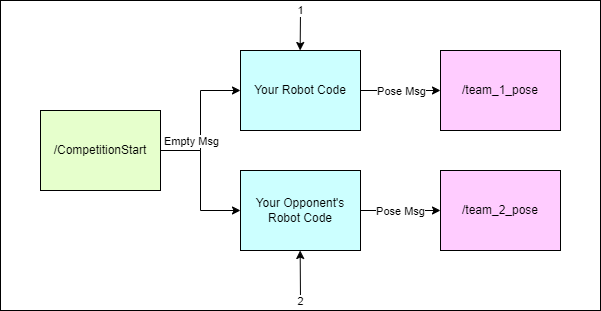
Above: img/competition_diagram.png in JasperGrant/ECED3901-Competition-2024 (draw.io), before the change. Source tidied: cells renumbered, new cells last; positions are measured from the earlier drawing's top-left corner, leaving out a move shared by most shapes. Its diagram source:
```xml
<mxGraphModel>
  <root>
    <mxCell id="0" />
    <mxCell id="1" parent="0" />
    <mxCell id="2" style="rounded=0;whiteSpace=wrap;html=1;" parent="1" vertex="1">
      <mxGeometry width="600" height="310" as="geometry" />
    </mxCell>
    <mxCell id="3" style="edgeStyle=orthogonalEdgeStyle;rounded=0;jettySize=auto;html=1;entryX=0;entryY=0.5;entryDx=0;entryDy=0;" parent="1" edge="1" source="5" target="10">
      <mxGeometry relative="1" as="geometry" />
    </mxCell>
    <mxCell id="4" value="Pose Msg" style="edgeLabel;html=1;align=center;verticalAlign=middle;" parent="3" vertex="1">
      <mxGeometry x="0.27" y="1" relative="1" as="geometry">
        <mxPoint x="-11" y="1" as="offset" />
      </mxGeometry>
    </mxCell>
    <mxCell id="5" value="Your Robot Code" style="rounded=0;whiteSpace=wrap;html=1;fillColor=#CCFFFF;" parent="1" vertex="1">
      <mxGeometry x="240" y="50" width="120" height="80" as="geometry" />
    </mxCell>
    <mxCell id="6" style="edgeStyle=orthogonalEdgeStyle;rounded=0;jettySize=auto;html=1;" parent="1" edge="1" source="9" target="5">
      <mxGeometry relative="1" as="geometry" />
    </mxCell>
    <mxCell id="7" value="Empty Msg" style="edgeLabel;html=1;align=center;verticalAlign=middle;" parent="6" vertex="1">
      <mxGeometry x="-0.04" y="-1" relative="1" as="geometry">
        <mxPoint x="-11" y="17" as="offset" />
      </mxGeometry>
    </mxCell>
    <mxCell id="8" style="edgeStyle=orthogonalEdgeStyle;rounded=0;jettySize=auto;html=1;" parent="1" edge="1" source="9" target="14">
      <mxGeometry relative="1" as="geometry" />
    </mxCell>
    <mxCell id="9" value="/CompetitionStart" style="rounded=0;whiteSpace=wrap;html=1;fillColor=#E6FFCC;" parent="1" vertex="1">
      <mxGeometry x="40" y="110" width="120" height="80" as="geometry" />
    </mxCell>
    <mxCell id="10" value="/team_1_pose" style="rounded=0;whiteSpace=wrap;html=1;fillColor=#FFCCFF;" parent="1" vertex="1">
      <mxGeometry x="440" y="50" width="120" height="80" as="geometry" />
    </mxCell>
    <mxCell id="11" value="/team_2_pose" style="rounded=0;whiteSpace=wrap;html=1;fillColor=#FFCCFF;" parent="1" vertex="1">
      <mxGeometry x="440" y="170" width="120" height="80" as="geometry" />
    </mxCell>
    <mxCell id="12" style="edgeStyle=orthogonalEdgeStyle;rounded=0;jettySize=auto;html=1;entryX=0;entryY=0.5;entryDx=0;entryDy=0;" parent="1" edge="1" source="14" target="11">
      <mxGeometry relative="1" as="geometry" />
    </mxCell>
    <mxCell id="13" value="Pose Msg" style="edgeLabel;html=1;align=center;verticalAlign=middle;" parent="12" vertex="1">
      <mxGeometry x="0.24" y="-1" relative="1" as="geometry">
        <mxPoint x="-10" y="-1" as="offset" />
      </mxGeometry>
    </mxCell>
    <mxCell id="14" value="Your Opponent's Robot Code" style="rounded=0;whiteSpace=wrap;html=1;fillColor=#CCFFFF;" parent="1" vertex="1">
      <mxGeometry x="240" y="170" width="120" height="80" as="geometry" />
    </mxCell>
    <mxCell id="15" style="endArrow=classic;html=1;rounded=0;" parent="1" edge="1">
      <mxGeometry relative="1" as="geometry">
        <mxPoint x="300" y="10" as="sourcePoint" />
        <mxPoint x="299.7" y="50" as="targetPoint" />
      </mxGeometry>
    </mxCell>
    <mxCell id="16" value="1" style="edgeLabel;html=1;align=center;verticalAlign=middle;" parent="15" vertex="1">
      <mxGeometry x="0.31" y="-2" relative="1" as="geometry">
        <mxPoint x="2" y="-26" as="offset" />
      </mxGeometry>
    </mxCell>
    <mxCell id="17" style="endArrow=classic;html=1;rounded=0;" parent="1" edge="1">
      <mxGeometry relative="1" as="geometry">
        <mxPoint x="300" y="300" as="sourcePoint" />
        <mxPoint x="299.7" y="250" as="targetPoint" />
      </mxGeometry>
    </mxCell>
    <mxCell id="18" value="2" style="edgeLabel;html=1;align=center;verticalAlign=middle;" parent="17" vertex="1">
      <mxGeometry x="0.27" y="1" relative="1" as="geometry">
        <mxPoint x="1" y="32" as="offset" />
      </mxGeometry>
    </mxCell>
  </root>
</mxGraphModel>
```
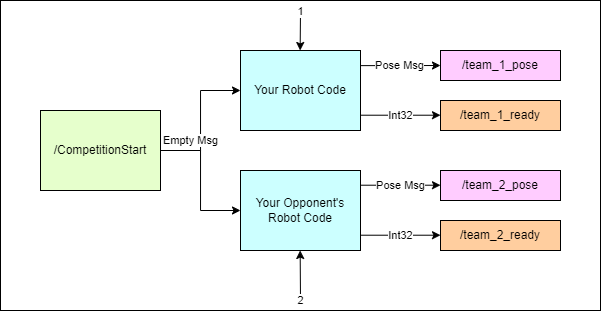
Above is the later version.

What changed in the source:
```diff
@@ -5,7 +5,7 @@
     <mxCell id="2" style="rounded=0;whiteSpace=wrap;html=1;" parent="1" vertex="1">
       <mxGeometry width="600" height="310" as="geometry" />
     </mxCell>
-    <mxCell id="3" style="edgeStyle=orthogonalEdgeStyle;rounded=0;jettySize=auto;html=1;entryX=0;entryY=0.5;entryDx=0;entryDy=0;" parent="1" edge="1" source="5" target="10">
+    <mxCell id="3" style="edgeStyle=orthogonalEdgeStyle;rounded=0;jettySize=auto;html=1;entryX=0;entryY=0.5;entryDx=0;entryDy=0;exitX=0.987;exitY=0.189;exitDx=0;exitDy=0;exitPerimeter=0;" parent="1" edge="1" source="5" target="19">
       <mxGeometry relative="1" as="geometry" />
     </mxCell>
     <mxCell id="4" value="Pose Msg" style="edgeLabel;html=1;align=center;verticalAlign=middle;" parent="3" vertex="1">
@@ -30,14 +30,14 @@
     <mxCell id="9" value="/CompetitionStart" style="rounded=0;whiteSpace=wrap;html=1;fillColor=#E6FFCC;" parent="1" vertex="1">
       <mxGeometry x="40" y="110" width="120" height="80" as="geometry" />
     </mxCell>
-    <mxCell id="10" value="/team_1_pose" style="rounded=0;whiteSpace=wrap;html=1;fillColor=#FFCCFF;" parent="1" vertex="1">
-      <mxGeometry x="440" y="50" width="120" height="80" as="geometry" />
+    <mxCell id="10" value="/team_1_ready" style="rounded=0;whiteSpace=wrap;html=1;fillColor=#FFCE9F;" parent="1" vertex="1">
+      <mxGeometry x="440" y="100" width="120" height="30" as="geometry" />
     </mxCell>
-    <mxCell id="11" value="/team_2_pose" style="rounded=0;whiteSpace=wrap;html=1;fillColor=#FFCCFF;" parent="1" vertex="1">
-      <mxGeometry x="440" y="170" width="120" height="80" as="geometry" />
-    </mxCell>
-    <mxCell id="12" style="edgeStyle=orthogonalEdgeStyle;rounded=0;jettySize=auto;html=1;entryX=0;entryY=0.5;entryDx=0;entryDy=0;" parent="1" edge="1" source="14" target="11">
-      <mxGeometry relative="1" as="geometry" />
+    <mxCell id="12" style="edgeStyle=orthogonalEdgeStyle;rounded=0;orthogonalLoop=1;jettySize=auto;html=1;entryX=0;entryY=0.5;entryDx=0;entryDy=0;" parent="1" edge="1">
+      <mxGeometry relative="1" as="geometry">
+        <mxPoint x="360" y="184.7" as="sourcePoint" />
+        <mxPoint x="440" y="184.7" as="targetPoint" />
+      </mxGeometry>
     </mxCell>
     <mxCell id="13" value="Pose Msg" style="edgeLabel;html=1;align=center;verticalAlign=middle;" parent="12" vertex="1">
       <mxGeometry x="0.24" y="-1" relative="1" as="geometry">
@@ -69,5 +69,36 @@
         <mxPoint x="1" y="32" as="offset" />
       </mxGeometry>
     </mxCell>
+    <mxCell id="19" value="/team_1_pose" style="rounded=0;whiteSpace=wrap;html=1;fillColor=#FFCCFF;" parent="1" vertex="1">
+      <mxGeometry x="440" y="50" width="120" height="30" as="geometry" />
+    </mxCell>
+    <mxCell id="11" value="/team_2_pose" style="rounded=0;whiteSpace=wrap;html=1;fillColor=#FFCCFF;" parent="1" vertex="1">
+      <mxGeometry x="440" y="170" width="120" height="30" as="geometry" />
+    </mxCell>
+    <mxCell id="20" value="/team_2_ready" style="rounded=0;whiteSpace=wrap;html=1;fillColor=#FFCE9F;" parent="1" vertex="1">
+      <mxGeometry x="440" y="220" width="120" height="30" as="geometry" />
+    </mxCell>
+    <mxCell id="21" style="edgeStyle=orthogonalEdgeStyle;rounded=0;orthogonalLoop=1;jettySize=auto;html=1;entryX=0;entryY=0.5;entryDx=0;entryDy=0;" parent="1" edge="1">
+      <mxGeometry relative="1" as="geometry">
+        <mxPoint x="360" y="234.7" as="sourcePoint" />
+        <mxPoint x="440" y="234.7" as="targetPoint" />
+      </mxGeometry>
+    </mxCell>
+    <mxCell id="22" value="Int32" style="edgeLabel;html=1;align=center;verticalAlign=middle;" parent="21" vertex="1">
+      <mxGeometry x="0.24" y="-1" relative="1" as="geometry">
+        <mxPoint x="-10" y="-1" as="offset" />
+      </mxGeometry>
+    </mxCell>
+    <mxCell id="23" style="edgeStyle=orthogonalEdgeStyle;rounded=0;orthogonalLoop=1;jettySize=auto;html=1;entryX=0;entryY=0.5;entryDx=0;entryDy=0;" parent="1" edge="1">
+      <mxGeometry relative="1" as="geometry">
+        <mxPoint x="360" y="114.7" as="sourcePoint" />
+        <mxPoint x="440" y="114.7" as="targetPoint" />
+      </mxGeometry>
+    </mxCell>
+    <mxCell id="24" value="Int32" style="edgeLabel;html=1;align=center;verticalAlign=middle;" parent="23" vertex="1">
+      <mxGeometry x="0.24" y="-1" relative="1" as="geometry">
+        <mxPoint x="-10" y="-1" as="offset" />
+      </mxGeometry>
+    </mxCell>
   </root>
 </mxGraphModel>
```
